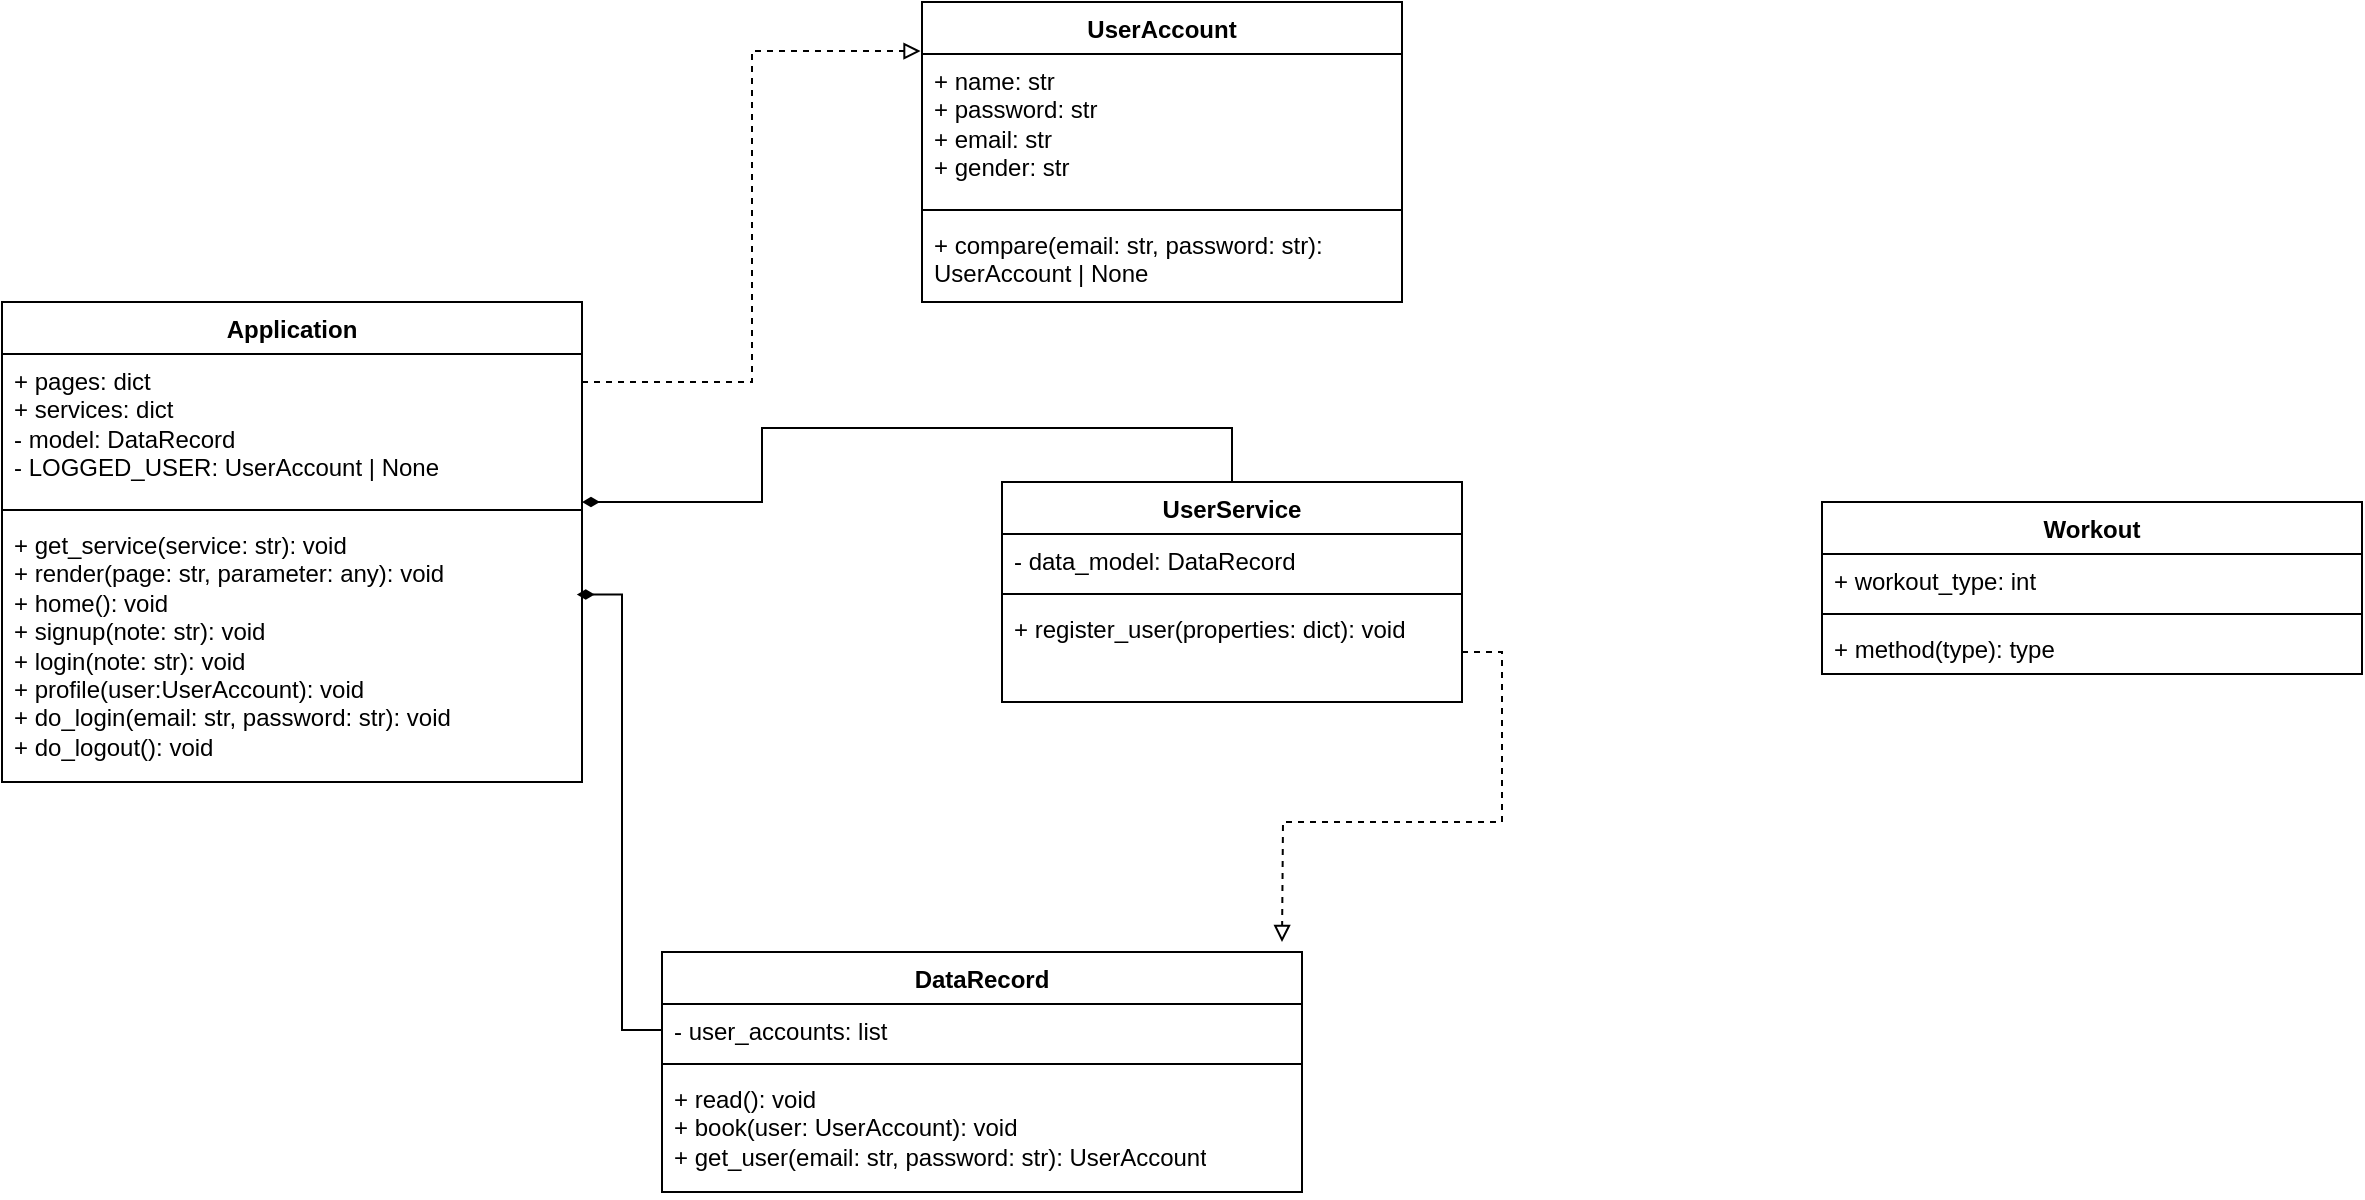
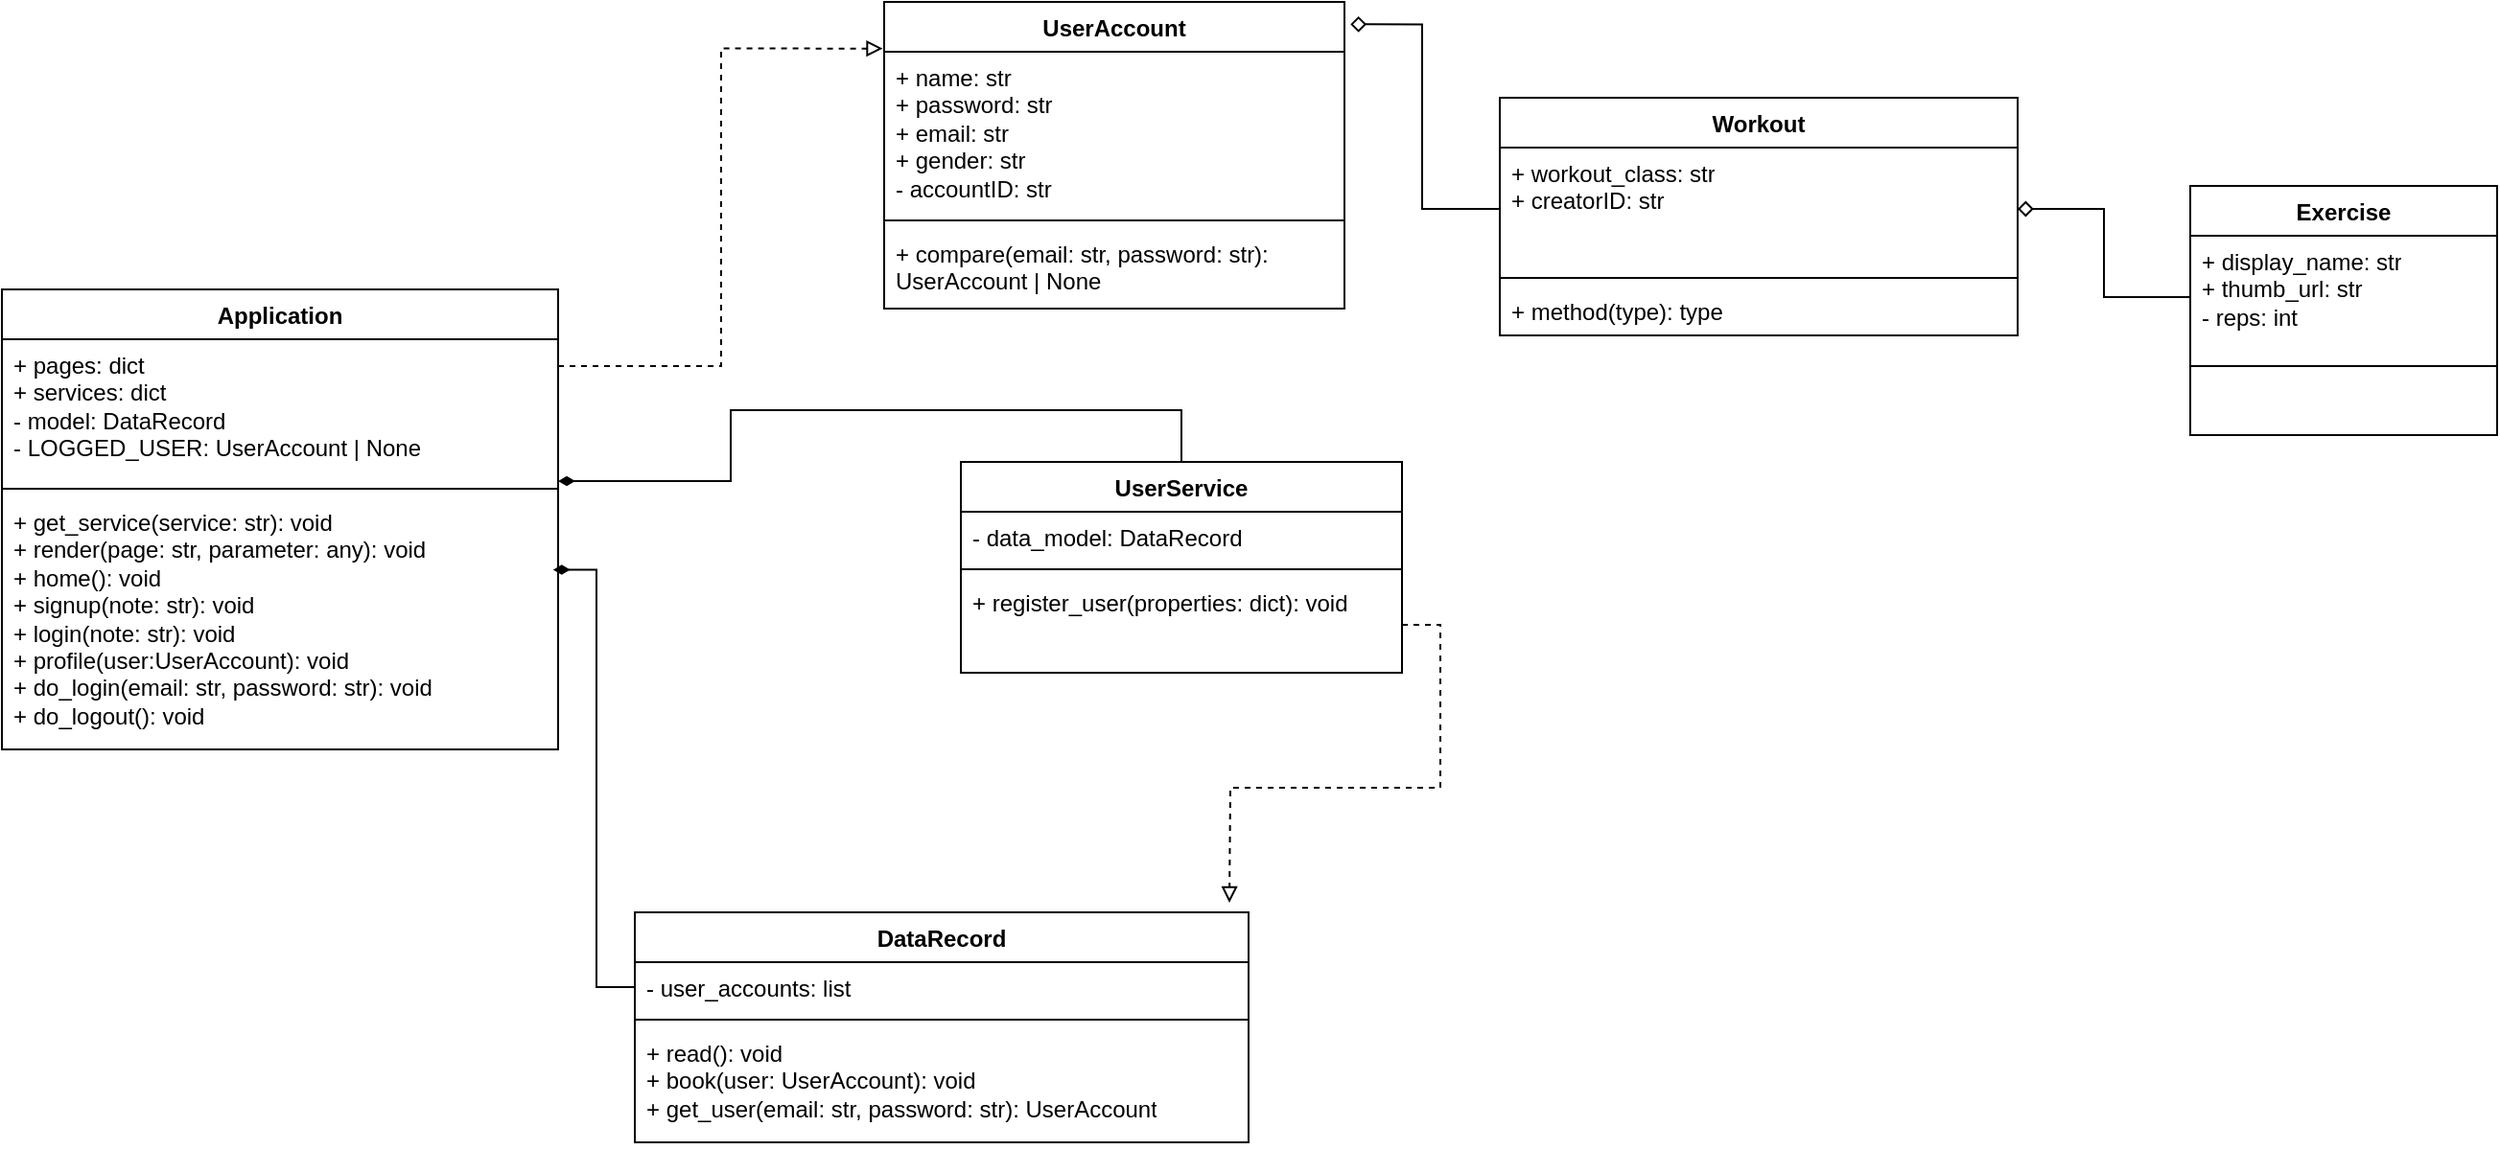
<mxfile host="app.diagrams.net">
  <diagram name="Página-1" id="aXkmDRlyMwQ2WStBM_Wp">
-     <mxGraphModel dx="849" dy="623" grid="1" gridSize="10" guides="1" tooltips="1" connect="1" arrows="1" fold="1" page="1" pageScale="1" pageWidth="827" pageHeight="1169" math="0" shadow="0">
+     <mxGraphModel dx="811" dy="446" grid="1" gridSize="10" guides="1" tooltips="1" connect="1" arrows="1" fold="1" page="1" pageScale="1" pageWidth="827" pageHeight="1169" math="0" shadow="0">
      <root>
        <mxCell id="0" />
        <mxCell id="1" parent="0" />
        <mxCell id="LYquEAZWWFnkUJzXkTmv-1" parent="1" style="swimlane;fontStyle=1;align=center;verticalAlign=top;childLayout=stackLayout;horizontal=1;startSize=26;horizontalStack=0;resizeParent=1;resizeParentMax=0;resizeLast=0;collapsible=1;marginBottom=0;whiteSpace=wrap;html=1;" value="UserAccount" vertex="1">
-           <mxGeometry height="150" width="240" x="660" y="50" as="geometry" />
+           <mxGeometry height="160" width="240" x="660" y="50" as="geometry" />
        </mxCell>
-         <mxCell id="LYquEAZWWFnkUJzXkTmv-2" parent="LYquEAZWWFnkUJzXkTmv-1" style="text;strokeColor=none;fillColor=none;align=left;verticalAlign=top;spacingLeft=4;spacingRight=4;overflow=hidden;rotatable=0;points=[[0,0.5],[1,0.5]];portConstraint=eastwest;whiteSpace=wrap;html=1;" value="+ name: str&lt;div&gt;+ password: str&lt;/div&gt;&lt;div&gt;+ email: str&lt;/div&gt;&lt;div&gt;+ gender: str&lt;/div&gt;&lt;div&gt;&lt;br&gt;&lt;/div&gt;" vertex="1">
-           <mxGeometry height="74" width="240" y="26" as="geometry" />
+         <mxCell id="LYquEAZWWFnkUJzXkTmv-2" parent="LYquEAZWWFnkUJzXkTmv-1" style="text;strokeColor=none;fillColor=none;align=left;verticalAlign=top;spacingLeft=4;spacingRight=4;overflow=hidden;rotatable=0;points=[[0,0.5],[1,0.5]];portConstraint=eastwest;whiteSpace=wrap;html=1;" value="+ name: str&lt;div&gt;+ password: str&lt;/div&gt;&lt;div&gt;+ email: str&lt;/div&gt;&lt;div&gt;+ gender: str&lt;/div&gt;&lt;div&gt;- accountID: str&lt;/div&gt;&lt;div&gt;&lt;br&gt;&lt;/div&gt;" vertex="1">
+           <mxGeometry height="84" width="240" y="26" as="geometry" />
        </mxCell>
        <mxCell id="LYquEAZWWFnkUJzXkTmv-3" parent="LYquEAZWWFnkUJzXkTmv-1" style="line;strokeWidth=1;fillColor=none;align=left;verticalAlign=middle;spacingTop=-1;spacingLeft=3;spacingRight=3;rotatable=0;labelPosition=right;points=[];portConstraint=eastwest;strokeColor=inherit;" value="" vertex="1">
-           <mxGeometry height="8" width="240" y="100" as="geometry" />
+           <mxGeometry height="8" width="240" y="110" as="geometry" />
        </mxCell>
        <mxCell id="LYquEAZWWFnkUJzXkTmv-4" parent="LYquEAZWWFnkUJzXkTmv-1" style="text;strokeColor=none;fillColor=none;align=left;verticalAlign=top;spacingLeft=4;spacingRight=4;overflow=hidden;rotatable=0;points=[[0,0.5],[1,0.5]];portConstraint=eastwest;whiteSpace=wrap;html=1;" value="+ compare(email: str, password: str): UserAccount | None" vertex="1">
-           <mxGeometry height="42" width="240" y="108" as="geometry" />
+           <mxGeometry height="42" width="240" y="118" as="geometry" />
        </mxCell>
        <mxCell id="LYquEAZWWFnkUJzXkTmv-5" parent="1" style="swimlane;fontStyle=1;align=center;verticalAlign=top;childLayout=stackLayout;horizontal=1;startSize=26;horizontalStack=0;resizeParent=1;resizeParentMax=0;resizeLast=0;collapsible=1;marginBottom=0;whiteSpace=wrap;html=1;" value="Application" vertex="1">
          <mxGeometry height="240" width="290" x="200" y="200" as="geometry" />
        </mxCell>
        <mxCell id="LYquEAZWWFnkUJzXkTmv-6" parent="LYquEAZWWFnkUJzXkTmv-5" style="text;strokeColor=none;fillColor=none;align=left;verticalAlign=top;spacingLeft=4;spacingRight=4;overflow=hidden;rotatable=0;points=[[0,0.5],[1,0.5]];portConstraint=eastwest;whiteSpace=wrap;html=1;" value="+ pages: dict&lt;div&gt;+ services: dict&lt;br&gt;&lt;div&gt;- model: DataRecord&lt;/div&gt;&lt;div&gt;- LOGGED_USER: UserAccount | None&lt;/div&gt;&lt;div&gt;&lt;br&gt;&lt;/div&gt;&lt;/div&gt;" vertex="1">
          <mxGeometry height="74" width="290" y="26" as="geometry" />
        </mxCell>
        <mxCell id="LYquEAZWWFnkUJzXkTmv-7" parent="LYquEAZWWFnkUJzXkTmv-5" style="line;strokeWidth=1;fillColor=none;align=left;verticalAlign=middle;spacingTop=-1;spacingLeft=3;spacingRight=3;rotatable=0;labelPosition=right;points=[];portConstraint=eastwest;strokeColor=inherit;" value="" vertex="1">
          <mxGeometry height="8" width="290" y="100" as="geometry" />
        </mxCell>
        <mxCell id="LYquEAZWWFnkUJzXkTmv-8" parent="LYquEAZWWFnkUJzXkTmv-5" style="text;strokeColor=none;fillColor=none;align=left;verticalAlign=top;spacingLeft=4;spacingRight=4;overflow=hidden;rotatable=0;points=[[0,0.5],[1,0.5]];portConstraint=eastwest;whiteSpace=wrap;html=1;" value="+ get_service(service: str): void&lt;div&gt;+ render(page: str, parameter: any): void&lt;/div&gt;&lt;div&gt;+ home(): void&lt;/div&gt;&lt;div&gt;+ signup(note: str): void&lt;/div&gt;&lt;div&gt;+ login(note: str): void&lt;/div&gt;&lt;div&gt;+ profile(user:UserAccount): void&lt;/div&gt;&lt;div&gt;+ do_login(email: str, password: str): void&lt;/div&gt;&lt;div&gt;+ do_logout(): void&lt;/div&gt;&lt;div&gt;&lt;br&gt;&lt;/div&gt;&lt;div&gt;&lt;br&gt;&lt;/div&gt;" vertex="1">
          <mxGeometry height="132" width="290" y="108" as="geometry" />
        </mxCell>
        <mxCell id="LYquEAZWWFnkUJzXkTmv-9" parent="1" style="swimlane;fontStyle=1;align=center;verticalAlign=top;childLayout=stackLayout;horizontal=1;startSize=26;horizontalStack=0;resizeParent=1;resizeParentMax=0;resizeLast=0;collapsible=1;marginBottom=0;whiteSpace=wrap;html=1;" value="UserService" vertex="1">
          <mxGeometry height="110" width="230" x="700" y="290" as="geometry" />
        </mxCell>
        <mxCell id="LYquEAZWWFnkUJzXkTmv-10" parent="LYquEAZWWFnkUJzXkTmv-9" style="text;strokeColor=none;fillColor=none;align=left;verticalAlign=top;spacingLeft=4;spacingRight=4;overflow=hidden;rotatable=0;points=[[0,0.5],[1,0.5]];portConstraint=eastwest;whiteSpace=wrap;html=1;" value="- data_model: DataRecord" vertex="1">
          <mxGeometry height="26" width="230" y="26" as="geometry" />
        </mxCell>
        <mxCell id="LYquEAZWWFnkUJzXkTmv-11" parent="LYquEAZWWFnkUJzXkTmv-9" style="line;strokeWidth=1;fillColor=none;align=left;verticalAlign=middle;spacingTop=-1;spacingLeft=3;spacingRight=3;rotatable=0;labelPosition=right;points=[];portConstraint=eastwest;strokeColor=inherit;" value="" vertex="1">
          <mxGeometry height="8" width="230" y="52" as="geometry" />
        </mxCell>
        <mxCell id="LYquEAZWWFnkUJzXkTmv-25" edge="1" parent="LYquEAZWWFnkUJzXkTmv-9" source="LYquEAZWWFnkUJzXkTmv-12" style="edgeStyle=orthogonalEdgeStyle;rounded=0;orthogonalLoop=1;jettySize=auto;html=1;dashed=1;endArrow=block;endFill=0;">
          <mxGeometry relative="1" as="geometry">
            <mxPoint x="140" y="230" as="targetPoint" />
          </mxGeometry>
        </mxCell>
        <mxCell id="LYquEAZWWFnkUJzXkTmv-12" parent="LYquEAZWWFnkUJzXkTmv-9" style="text;strokeColor=none;fillColor=none;align=left;verticalAlign=top;spacingLeft=4;spacingRight=4;overflow=hidden;rotatable=0;points=[[0,0.5],[1,0.5]];portConstraint=eastwest;whiteSpace=wrap;html=1;" value="+ register_user(properties: dict): void" vertex="1">
          <mxGeometry height="50" width="230" y="60" as="geometry" />
        </mxCell>
        <mxCell id="LYquEAZWWFnkUJzXkTmv-13" parent="1" style="swimlane;fontStyle=1;align=center;verticalAlign=top;childLayout=stackLayout;horizontal=1;startSize=26;horizontalStack=0;resizeParent=1;resizeParentMax=0;resizeLast=0;collapsible=1;marginBottom=0;whiteSpace=wrap;html=1;" value="DataRecord" vertex="1">
          <mxGeometry height="120" width="320" x="530" y="525" as="geometry" />
        </mxCell>
        <mxCell id="LYquEAZWWFnkUJzXkTmv-14" parent="LYquEAZWWFnkUJzXkTmv-13" style="text;strokeColor=none;fillColor=none;align=left;verticalAlign=top;spacingLeft=4;spacingRight=4;overflow=hidden;rotatable=0;points=[[0,0.5],[1,0.5]];portConstraint=eastwest;whiteSpace=wrap;html=1;" value="- user_accounts: list" vertex="1">
          <mxGeometry height="26" width="320" y="26" as="geometry" />
        </mxCell>
        <mxCell id="LYquEAZWWFnkUJzXkTmv-15" parent="LYquEAZWWFnkUJzXkTmv-13" style="line;strokeWidth=1;fillColor=none;align=left;verticalAlign=middle;spacingTop=-1;spacingLeft=3;spacingRight=3;rotatable=0;labelPosition=right;points=[];portConstraint=eastwest;strokeColor=inherit;" value="" vertex="1">
          <mxGeometry height="8" width="320" y="52" as="geometry" />
        </mxCell>
        <mxCell id="LYquEAZWWFnkUJzXkTmv-16" parent="LYquEAZWWFnkUJzXkTmv-13" style="text;strokeColor=none;fillColor=none;align=left;verticalAlign=top;spacingLeft=4;spacingRight=4;overflow=hidden;rotatable=0;points=[[0,0.5],[1,0.5]];portConstraint=eastwest;whiteSpace=wrap;html=1;" value="+ read(): void&lt;div&gt;+ book(user: UserAccount): void&lt;/div&gt;&lt;div&gt;+ get_user(email: str, password: str): UserAccount&lt;/div&gt;" vertex="1">
          <mxGeometry height="60" width="320" y="60" as="geometry" />
        </mxCell>
        <mxCell id="LYquEAZWWFnkUJzXkTmv-19" edge="1" parent="1" source="LYquEAZWWFnkUJzXkTmv-14" style="edgeStyle=orthogonalEdgeStyle;rounded=0;orthogonalLoop=1;jettySize=auto;html=1;entryX=0.991;entryY=0.29;entryDx=0;entryDy=0;entryPerimeter=0;endArrow=diamondThin;endFill=1;" target="LYquEAZWWFnkUJzXkTmv-8">
          <mxGeometry relative="1" as="geometry" />
        </mxCell>
        <mxCell id="LYquEAZWWFnkUJzXkTmv-20" edge="1" parent="1" source="LYquEAZWWFnkUJzXkTmv-9" style="edgeStyle=orthogonalEdgeStyle;rounded=0;orthogonalLoop=1;jettySize=auto;html=1;endArrow=diamondThin;endFill=1;" target="LYquEAZWWFnkUJzXkTmv-6">
          <mxGeometry relative="1" as="geometry">
            <Array as="points">
              <mxPoint x="815" y="263" />
              <mxPoint x="580" y="263" />
              <mxPoint x="580" y="300" />
            </Array>
          </mxGeometry>
        </mxCell>
        <mxCell id="LYquEAZWWFnkUJzXkTmv-21" edge="1" parent="1" source="LYquEAZWWFnkUJzXkTmv-6" style="edgeStyle=orthogonalEdgeStyle;rounded=0;orthogonalLoop=1;jettySize=auto;html=1;entryX=-0.003;entryY=-0.02;entryDx=0;entryDy=0;entryPerimeter=0;endArrow=block;endFill=0;dashed=1;" target="LYquEAZWWFnkUJzXkTmv-2">
          <mxGeometry relative="1" as="geometry">
            <Array as="points">
              <mxPoint x="575" y="240" />
              <mxPoint x="575" y="75" />
            </Array>
          </mxGeometry>
        </mxCell>
        <mxCell id="pA-n8ix1HD8S972a-Xrt-1" parent="1" style="swimlane;fontStyle=1;align=center;verticalAlign=top;childLayout=stackLayout;horizontal=1;startSize=26;horizontalStack=0;resizeParent=1;resizeParentMax=0;resizeLast=0;collapsible=1;marginBottom=0;whiteSpace=wrap;html=1;" value="Workout" vertex="1">
-           <mxGeometry height="86" width="270" x="1110" y="300" as="geometry">
+           <mxGeometry height="124" width="270" x="981" y="100" as="geometry">
            <mxRectangle height="30" width="80" x="1040" y="260" as="alternateBounds" />
          </mxGeometry>
        </mxCell>
-         <mxCell id="pA-n8ix1HD8S972a-Xrt-2" parent="pA-n8ix1HD8S972a-Xrt-1" style="text;strokeColor=none;fillColor=none;align=left;verticalAlign=top;spacingLeft=4;spacingRight=4;overflow=hidden;rotatable=0;points=[[0,0.5],[1,0.5]];portConstraint=eastwest;whiteSpace=wrap;html=1;" value="+ workout_type: int" vertex="1">
-           <mxGeometry height="26" width="270" y="26" as="geometry" />
+         <mxCell id="pA-n8ix1HD8S972a-Xrt-2" parent="pA-n8ix1HD8S972a-Xrt-1" style="text;strokeColor=none;fillColor=none;align=left;verticalAlign=top;spacingLeft=4;spacingRight=4;overflow=hidden;rotatable=0;points=[[0,0.5],[1,0.5]];portConstraint=eastwest;whiteSpace=wrap;html=1;" value="+ workout_class: str&lt;div&gt;+ creatorID: str&lt;/div&gt;&lt;div&gt;&lt;br&gt;&lt;/div&gt;" vertex="1">
+           <mxGeometry height="64" width="270" y="26" as="geometry" />
        </mxCell>
        <mxCell id="pA-n8ix1HD8S972a-Xrt-3" parent="pA-n8ix1HD8S972a-Xrt-1" style="line;strokeWidth=1;fillColor=none;align=left;verticalAlign=middle;spacingTop=-1;spacingLeft=3;spacingRight=3;rotatable=0;labelPosition=right;points=[];portConstraint=eastwest;strokeColor=inherit;" value="" vertex="1">
-           <mxGeometry height="8" width="270" y="52" as="geometry" />
+           <mxGeometry height="8" width="270" y="90" as="geometry" />
        </mxCell>
        <mxCell id="pA-n8ix1HD8S972a-Xrt-4" parent="pA-n8ix1HD8S972a-Xrt-1" style="text;strokeColor=none;fillColor=none;align=left;verticalAlign=top;spacingLeft=4;spacingRight=4;overflow=hidden;rotatable=0;points=[[0,0.5],[1,0.5]];portConstraint=eastwest;whiteSpace=wrap;html=1;" value="+ method(type): type" vertex="1">
-           <mxGeometry height="26" width="270" y="60" as="geometry" />
+           <mxGeometry height="26" width="270" y="98" as="geometry" />
+         </mxCell>
+         <mxCell id="hraiiG_zy1ABE3OvXf_5-1" parent="1" style="swimlane;fontStyle=1;align=center;verticalAlign=top;childLayout=stackLayout;horizontal=1;startSize=26;horizontalStack=0;resizeParent=1;resizeParentMax=0;resizeLast=0;collapsible=1;marginBottom=0;whiteSpace=wrap;html=1;" value="Exercise" vertex="1">
+           <mxGeometry height="130" width="160" x="1341" y="146" as="geometry" />
+         </mxCell>
+         <mxCell id="hraiiG_zy1ABE3OvXf_5-2" parent="hraiiG_zy1ABE3OvXf_5-1" style="text;strokeColor=none;fillColor=none;align=left;verticalAlign=top;spacingLeft=4;spacingRight=4;overflow=hidden;rotatable=0;points=[[0,0.5],[1,0.5]];portConstraint=eastwest;whiteSpace=wrap;html=1;" value="+ display_name: str&lt;div&gt;+ thumb_url: str&lt;/div&gt;&lt;div&gt;- reps: int&lt;/div&gt;&lt;div&gt;&lt;br&gt;&lt;/div&gt;&lt;div&gt;&lt;br&gt;&lt;/div&gt;" vertex="1">
+           <mxGeometry height="64" width="160" y="26" as="geometry" />
+         </mxCell>
+         <mxCell id="hraiiG_zy1ABE3OvXf_5-3" parent="hraiiG_zy1ABE3OvXf_5-1" style="line;strokeWidth=1;fillColor=none;align=left;verticalAlign=middle;spacingTop=-1;spacingLeft=3;spacingRight=3;rotatable=0;labelPosition=right;points=[];portConstraint=eastwest;strokeColor=inherit;" value="" vertex="1">
+           <mxGeometry height="8" width="160" y="90" as="geometry" />
+         </mxCell>
+         <mxCell id="hraiiG_zy1ABE3OvXf_5-4" parent="hraiiG_zy1ABE3OvXf_5-1" style="text;strokeColor=none;fillColor=none;align=left;verticalAlign=top;spacingLeft=4;spacingRight=4;overflow=hidden;rotatable=0;points=[[0,0.5],[1,0.5]];portConstraint=eastwest;whiteSpace=wrap;html=1;" value="&lt;div&gt;&lt;br&gt;&lt;/div&gt;&lt;div&gt;&lt;br&gt;&lt;/div&gt;" vertex="1">
+           <mxGeometry height="32" width="160" y="98" as="geometry" />
+         </mxCell>
+         <mxCell id="hraiiG_zy1ABE3OvXf_5-5" edge="1" parent="1" source="hraiiG_zy1ABE3OvXf_5-2" style="edgeStyle=orthogonalEdgeStyle;rounded=0;orthogonalLoop=1;jettySize=auto;html=1;entryX=1;entryY=0.5;entryDx=0;entryDy=0;endArrow=diamond;endFill=0;" target="pA-n8ix1HD8S972a-Xrt-2">
+           <mxGeometry relative="1" as="geometry" />
+         </mxCell>
+         <mxCell id="hraiiG_zy1ABE3OvXf_5-6" edge="1" parent="1" source="pA-n8ix1HD8S972a-Xrt-2" style="edgeStyle=orthogonalEdgeStyle;rounded=0;orthogonalLoop=1;jettySize=auto;html=1;entryX=1.013;entryY=0.073;entryDx=0;entryDy=0;entryPerimeter=0;endArrow=diamond;endFill=0;" target="LYquEAZWWFnkUJzXkTmv-1">
+           <mxGeometry relative="1" as="geometry" />
        </mxCell>
      </root>
    </mxGraphModel>
  </diagram>
</mxfile>
